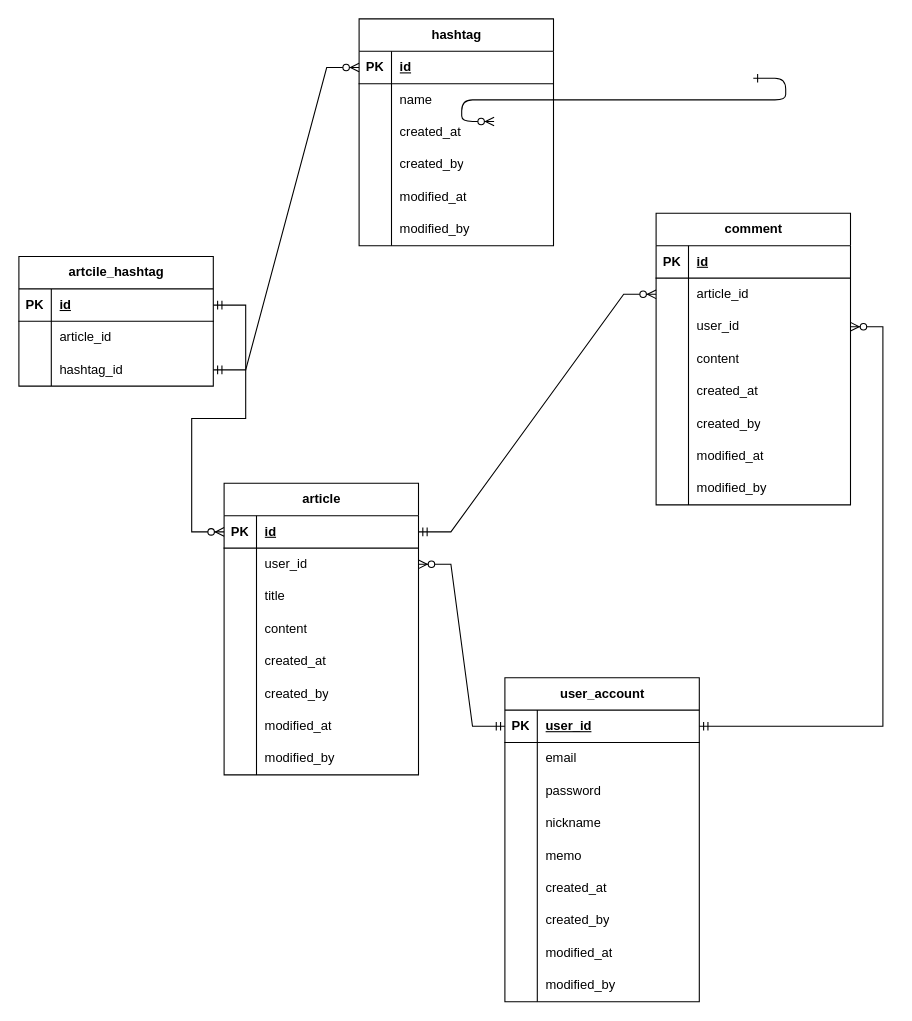
Above: docs/Untitled Diagram.drawio in kurbanovxurshidbek/backend-article-server (draw.io), before the change. Source tidied: cells renumbered, new cells numbered last; positions are measured from the earlier drawing's top-left corner, leaving out a move shared by most shapes. Both pictures are drawn from the tidied source at 108%, with x=0, y=0 at pixel (8, 18).
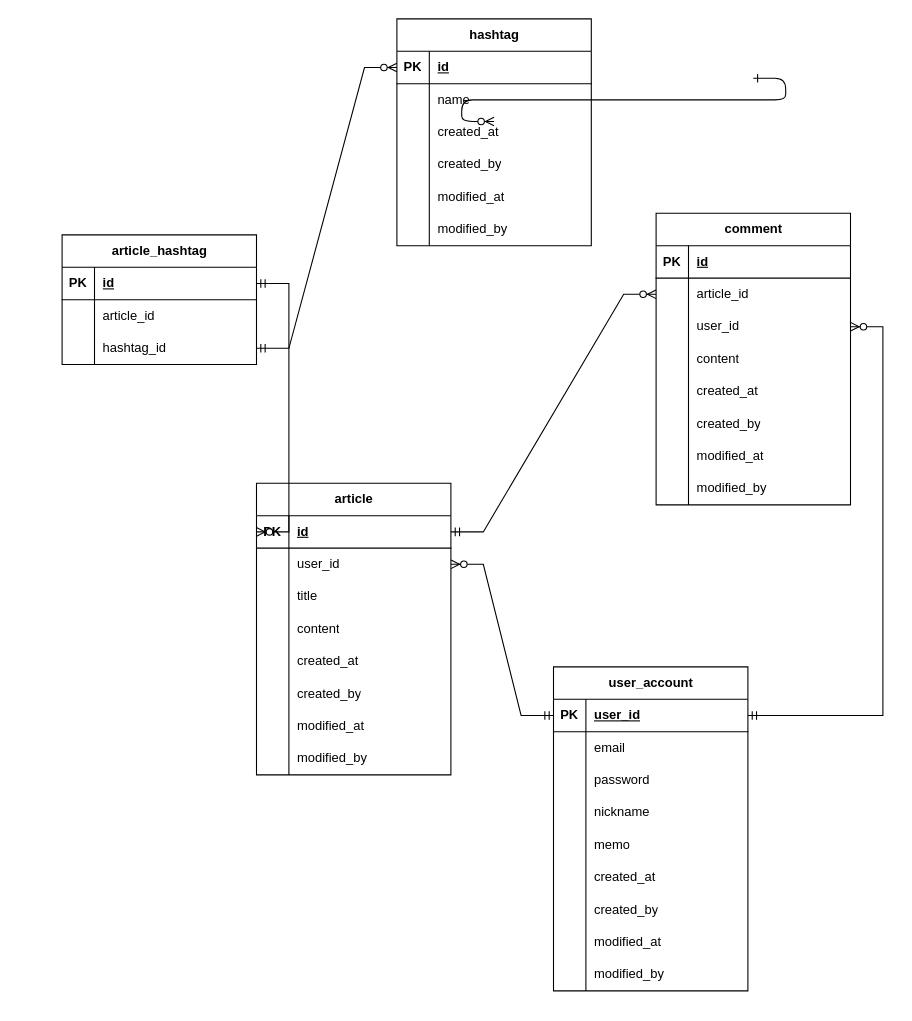
Above is the later version.

The edit, as a diff of the source:
```diff
@@
     <mxCell id="3" value="article" style="shape=table;startSize=30;childLayout=tableLayout;rowLines=0;fontStyle=1;align=center;html=1;" parent="1" vertex="1">
-      <mxGeometry x="200" y="430" width="180" height="270" as="geometry" />
+      <mxGeometry x="230" y="430" width="180" height="270" as="geometry" />
     </mxCell>
@@
     <mxCell id="53" value="user_account" style="shape=table;startSize=30;childLayout=tableLayout;rowLines=0;fontStyle=1;align=center;html=1;" parent="1" vertex="1">
-      <mxGeometry x="460" y="610" width="180" height="300" as="geometry" />
+      <mxGeometry x="505" y="600" width="180" height="300" as="geometry" />
     </mxCell>
@@
     <mxCell id="81" value="hashtag" style="shape=table;startSize=30;childLayout=tableLayout;rowLines=0;fontStyle=1;align=center;html=1;" parent="1" vertex="1">
-      <mxGeometry x="325" width="180" height="210" as="geometry" />
+      <mxGeometry x="360" width="180" height="210" as="geometry" />
     </mxCell>
@@
-    <mxCell id="100" value="artcile_hashtag" style="shape=table;startSize=30;childLayout=tableLayout;rowLines=0;fontStyle=1;align=center;html=1;" parent="1" vertex="1">
-      <mxGeometry x="10" y="220" width="180" height="120" as="geometry" />
+    <mxCell id="100" value="article_hashtag" style="shape=table;startSize=30;childLayout=tableLayout;rowLines=0;fontStyle=1;align=center;html=1;" parent="1" vertex="1">
+      <mxGeometry x="50" y="200" width="180" height="120" as="geometry" />
     </mxCell>
```
